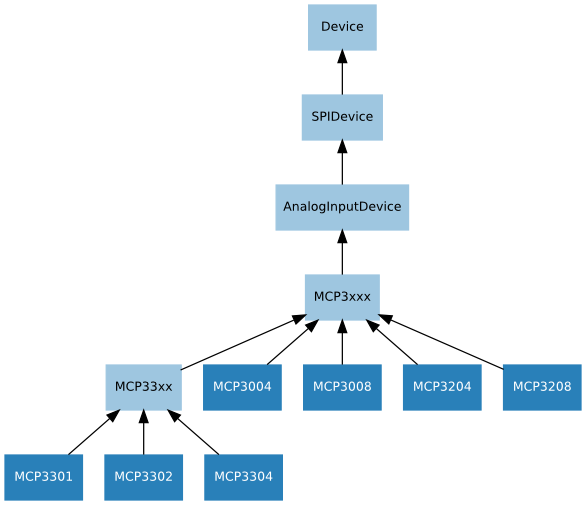
Before: docs/images/spi_device_hierarchy.png, a diagram exported from Graphviz (gpiozero/gpiozero). Its source is kept beside it as docs/images/spi_device_hierarchy.dot. Its diagram source:
```dot
digraph classes {
    graph [rankdir=BT];
    node [shape=rect, style=filled, fontname=Sans, fontsize=10];
    edge [];

    /* Abstract classes */
    node [color="#9ec6e0", fontcolor="#000000"]
    Device;
    SPIDevice;
    AnalogInputDevice;
    MCP3xxx;
    MCP33xx;

    /* Concrete classes */
    node [color="#2980b9", fontcolor="#ffffff"];
    SPIDevice->Device;
    AnalogInputDevice->SPIDevice;
    MCP3xxx->AnalogInputDevice;
    MCP33xx->MCP3xxx;
    MCP3004->MCP3xxx;
    MCP3008->MCP3xxx;
    MCP3204->MCP3xxx;
    MCP3208->MCP3xxx;
    MCP3301->MCP33xx;
    MCP3302->MCP33xx;
    MCP3304->MCP33xx;
}
```
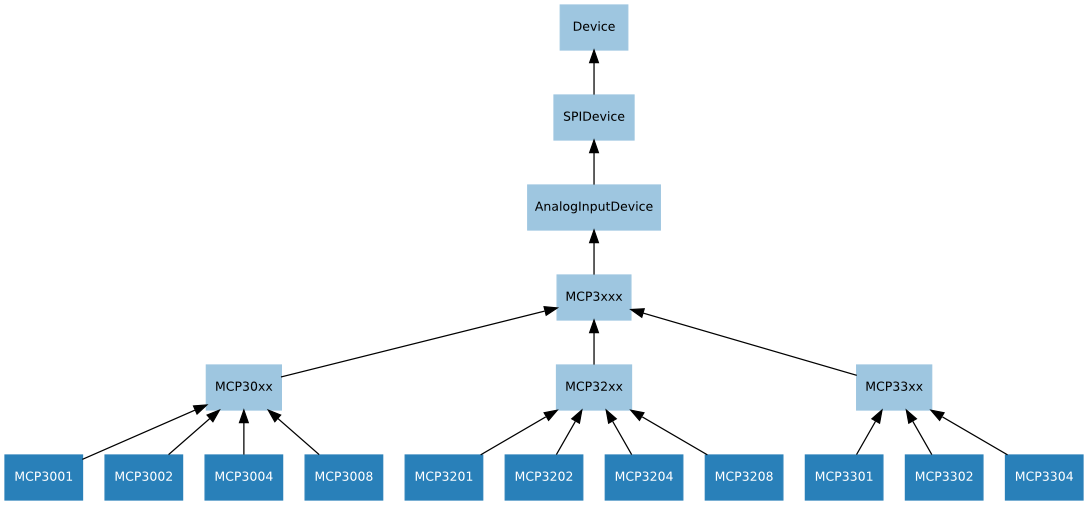
After the change.

What changed in the source:
```diff
@@ -9,6 +9,8 @@
     SPIDevice;
     AnalogInputDevice;
     MCP3xxx;
+    MCP30xx;
+    MCP32xx;
     MCP33xx;
 
     /* Concrete classes */
@@ -16,11 +18,17 @@
     SPIDevice->Device;
     AnalogInputDevice->SPIDevice;
     MCP3xxx->AnalogInputDevice;
+    MCP30xx->MCP3xxx;
+    MCP32xx->MCP3xxx;
     MCP33xx->MCP3xxx;
-    MCP3004->MCP3xxx;
-    MCP3008->MCP3xxx;
-    MCP3204->MCP3xxx;
-    MCP3208->MCP3xxx;
+    MCP3001->MCP30xx;
+    MCP3002->MCP30xx;
+    MCP3004->MCP30xx;
+    MCP3008->MCP30xx;
+    MCP3201->MCP32xx;
+    MCP3202->MCP32xx;
+    MCP3204->MCP32xx;
+    MCP3208->MCP32xx;
     MCP3301->MCP33xx;
     MCP3302->MCP33xx;
     MCP3304->MCP33xx;
```
